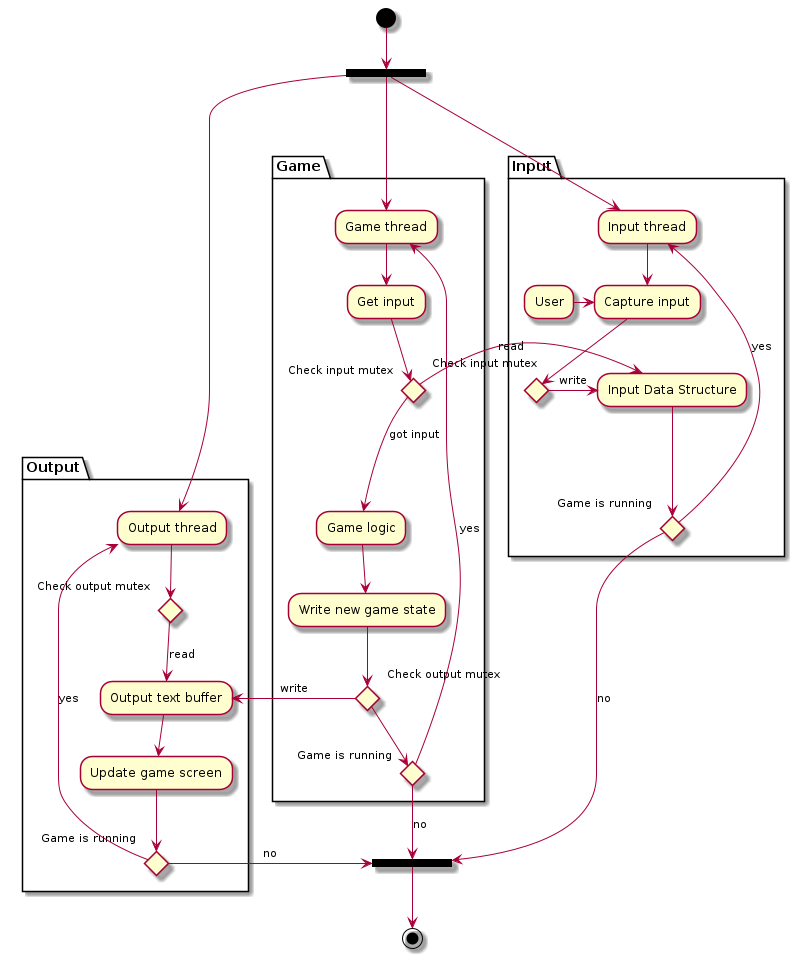
This is docs/thread_diagram.png from FulecoRafa/terminal_game, a PlantUML export, as it was before one commit.
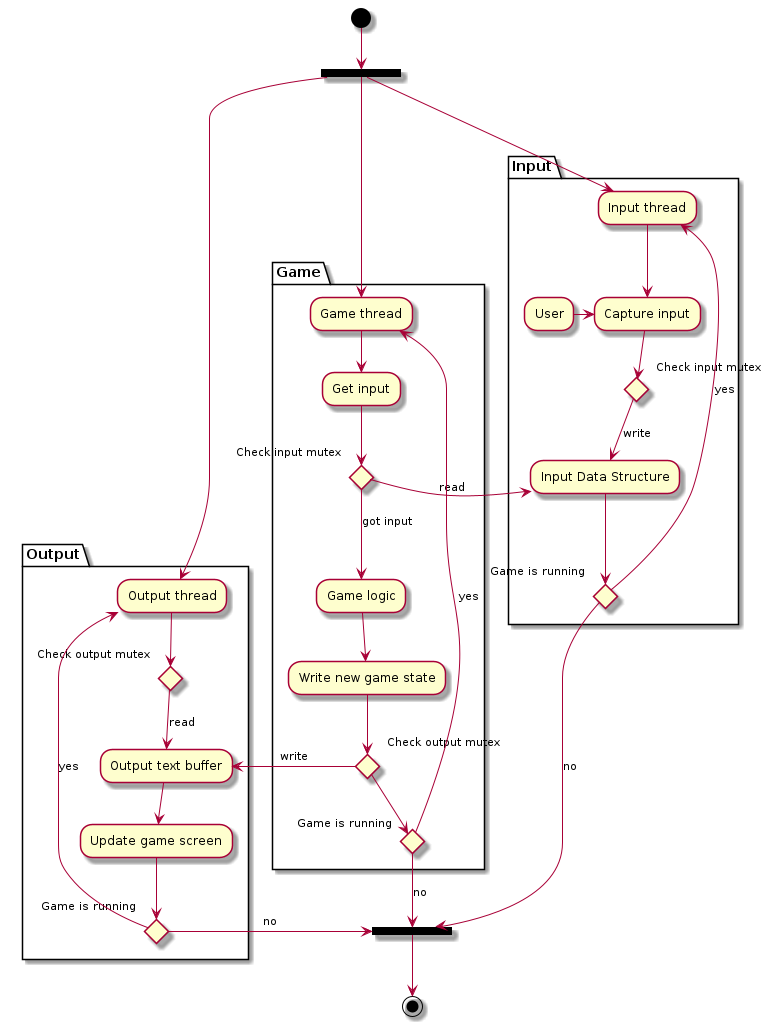
Later version of the same file.

Commit message:
Docs/diagram for component logic: simple update

What changed in the source:
```diff
@@ -7,7 +7,7 @@
 -down-> "Capture input"
 User-right-> "Capture input"
 if "Check input mutex" then
--right->[write] "Input Data Structure"
+-down->[write] "Input Data Structure"
 if "Game is running"then
 -up->[yes] "Input thread"
 else
```
